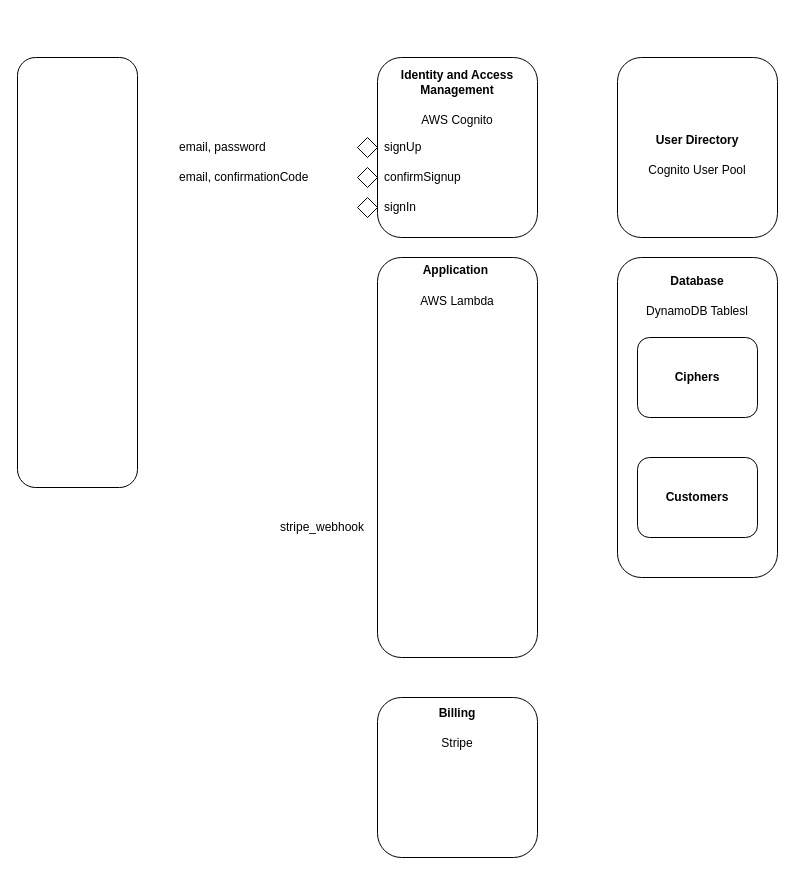
Above: page "Application Architecture" (1 of 4) of Shhh.drawio in ciaran-finnegan/secret-sharer-client (draw.io), before the change. Source tidied: cells renumbered, new cells numbered last; positions are measured from the earlier drawing's top-left corner, leaving out a move shared by most shapes. Both pictures are drawn from the tidied source at 100%, with x=0, y=0 at pixel (17, 57).
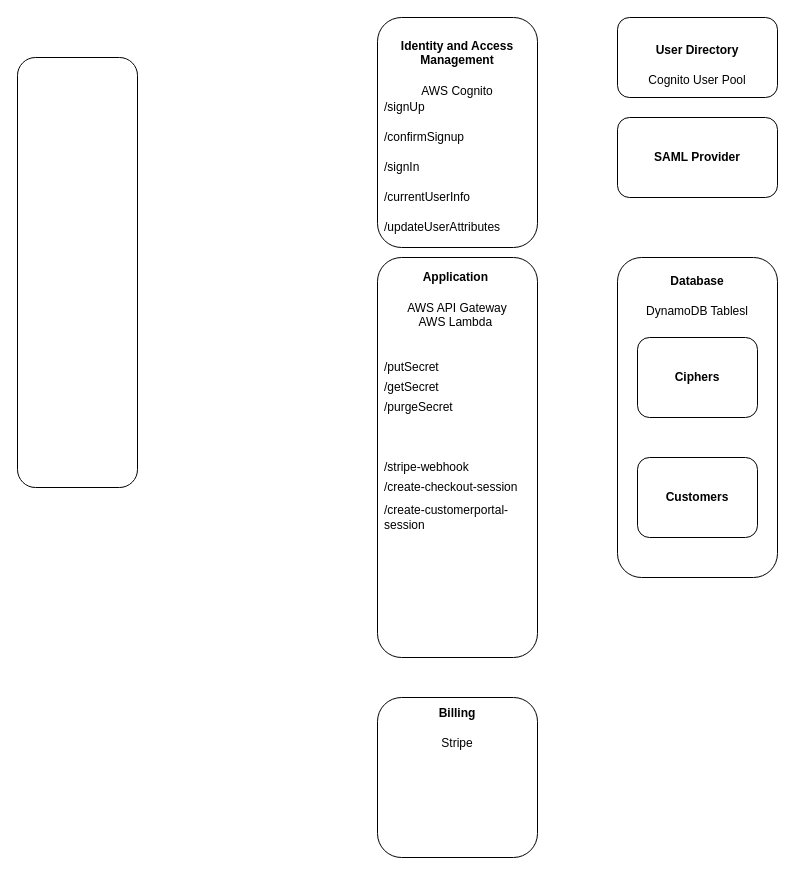
The same diagram, later.

The edit, as a diff of the source:
```diff
@@
-    <mxCell id="2" value="&lt;h4&gt;Identity and Access Management&lt;/h4&gt;AWS Cognito&lt;br&gt;&lt;br&gt;&lt;br&gt;&lt;br&gt;&lt;br&gt;&lt;br&gt;&lt;br&gt;&lt;br&gt;&lt;br&gt;" style="rounded=1;whiteSpace=wrap;html=1;rotation=0;" parent="1" vertex="1">
-      <mxGeometry x="360" width="160" height="180" as="geometry" />
+    <mxCell id="2" value="&lt;h4&gt;Identity and Access Management&lt;/h4&gt;AWS Cognito&lt;br&gt;&lt;br&gt;&lt;br&gt;&lt;br&gt;&lt;br&gt;&lt;br&gt;&lt;br&gt;&lt;br&gt;&lt;br&gt;&lt;br&gt;&lt;br&gt;" style="rounded=1;whiteSpace=wrap;html=1;rotation=0;" parent="1" vertex="1">
+      <mxGeometry x="360" y="-40" width="160" height="230" as="geometry" />
     </mxCell>
@@
-    <mxCell id="4" value="&lt;h4&gt;Application&amp;nbsp;&lt;/h4&gt;AWS Lambda&lt;br&gt;&lt;br&gt;&lt;br&gt;&lt;br&gt;&lt;br&gt;&lt;br&gt;&lt;br&gt;&lt;br&gt;&lt;br&gt;&lt;br&gt;&lt;br&gt;&lt;br&gt;&lt;br&gt;&lt;br&gt;&lt;br&gt;&lt;br&gt;&lt;br&gt;&lt;br&gt;&lt;br&gt;&lt;br&gt;&lt;br&gt;&lt;br&gt;&lt;br&gt;&lt;br&gt;&lt;br&gt;&lt;br&gt;" style="rounded=1;whiteSpace=wrap;html=1;rotation=0;" parent="1" vertex="1">
+    <mxCell id="4" value="&lt;h4&gt;Application&amp;nbsp;&lt;/h4&gt;AWS API Gateway&lt;br&gt;AWS Lambda&amp;nbsp;&lt;br&gt;&lt;br&gt;&lt;br&gt;&lt;br&gt;&lt;br&gt;&lt;br&gt;&lt;br&gt;&lt;br&gt;&lt;br&gt;&lt;br&gt;&lt;br&gt;&lt;br&gt;&lt;br&gt;&lt;br&gt;&lt;br&gt;&lt;br&gt;&lt;br&gt;&lt;br&gt;&lt;br&gt;&lt;br&gt;&lt;br&gt;&lt;br&gt;&lt;br&gt;&lt;br&gt;" style="rounded=1;whiteSpace=wrap;html=1;rotation=0;" parent="1" vertex="1">
       <mxGeometry x="360" y="200" width="160" height="400" as="geometry" />
     </mxCell>
-    <mxCell id="5" value="stripe_webhook" style="text;html=1;strokeColor=none;fillColor=none;align=center;verticalAlign=middle;whiteSpace=wrap;rounded=0;" parent="1" vertex="1">
-      <mxGeometry x="140" y="460" width="330" height="20" as="geometry" />
-    </mxCell>
-    <mxCell id="6" value="signUp" style="text;html=1;strokeColor=none;fillColor=none;align=left;verticalAlign=middle;whiteSpace=wrap;rounded=0;" parent="1" vertex="1">
-      <mxGeometry x="365" y="80" width="40" height="20" as="geometry" />
+    <mxCell id="6" value="/signUp" style="text;html=1;strokeColor=none;fillColor=none;align=left;verticalAlign=middle;whiteSpace=wrap;rounded=0;" parent="1" vertex="1">
+      <mxGeometry x="365" y="40" width="40" height="20" as="geometry" />
     </mxCell>
-    <mxCell id="7" style="rhombus;whiteSpace=wrap;html=1;" parent="1" vertex="1">
-      <mxGeometry x="340" y="80" width="20" height="20" as="geometry" />
-    </mxCell>
-    <mxCell id="8" style="rhombus;whiteSpace=wrap;html=1;" parent="1" vertex="1">
-      <mxGeometry x="340" y="110" width="20" height="20" as="geometry" />
-    </mxCell>
-    <mxCell id="9" style="rhombus;whiteSpace=wrap;html=1;" parent="1" vertex="1">
-      <mxGeometry x="340" y="140" width="20" height="20" as="geometry" />
-    </mxCell>
-    <mxCell id="10" value="confirmSignup" style="text;html=1;strokeColor=none;fillColor=none;align=left;verticalAlign=middle;whiteSpace=wrap;rounded=0;" parent="1" vertex="1">
-      <mxGeometry x="365" y="110" width="40" height="20" as="geometry" />
+    <mxCell id="10" value="/confirmSignup" style="text;html=1;strokeColor=none;fillColor=none;align=left;verticalAlign=middle;whiteSpace=wrap;rounded=0;" parent="1" vertex="1">
+      <mxGeometry x="365" y="70" width="40" height="20" as="geometry" />
     </mxCell>
-    <mxCell id="11" value="signIn" style="text;html=1;strokeColor=none;fillColor=none;align=left;verticalAlign=middle;whiteSpace=wrap;rounded=0;" parent="1" vertex="1">
-      <mxGeometry x="365" y="140" width="40" height="20" as="geometry" />
+    <mxCell id="11" value="/signIn" style="text;html=1;strokeColor=none;fillColor=none;align=left;verticalAlign=middle;whiteSpace=wrap;rounded=0;" parent="1" vertex="1">
+      <mxGeometry x="365" y="100" width="40" height="20" as="geometry" />
     </mxCell>
     <mxCell id="12" value="&lt;h4&gt;User Directory&lt;/h4&gt;Cognito User Pool" style="rounded=1;whiteSpace=wrap;html=1;rotation=0;" parent="1" vertex="1">
-      <mxGeometry x="600" width="160" height="180" as="geometry" />
+      <mxGeometry x="600" y="-40" width="160" height="80" as="geometry" />
     </mxCell>
@@
-    <mxCell id="14" value="email, password" style="text;html=1;strokeColor=none;fillColor=none;align=left;verticalAlign=middle;whiteSpace=wrap;rounded=0;" parent="1" vertex="1">
-      <mxGeometry x="160" y="80" width="160" height="20" as="geometry" />
-    </mxCell>
-    <mxCell id="15" value="email, confirmationCode" style="text;html=1;strokeColor=none;fillColor=none;align=left;verticalAlign=middle;whiteSpace=wrap;rounded=0;" parent="1" vertex="1">
-      <mxGeometry x="160" y="110" width="160" height="20" as="geometry" />
-    </mxCell>
@@
+    <mxCell id="19" value="&lt;h4&gt;SAML Provider&lt;/h4&gt;" style="rounded=1;whiteSpace=wrap;html=1;rotation=0;" parent="1" vertex="1">
+      <mxGeometry x="600" y="60" width="160" height="80" as="geometry" />
+    </mxCell>
+    <mxCell id="20" value="/putSecret" style="text;html=1;strokeColor=none;fillColor=none;align=left;verticalAlign=middle;whiteSpace=wrap;rounded=0;" parent="1" vertex="1">
+      <mxGeometry x="365" y="300" width="40" height="20" as="geometry" />
+    </mxCell>
+    <mxCell id="21" value="/getSecret" style="text;html=1;strokeColor=none;fillColor=none;align=left;verticalAlign=middle;whiteSpace=wrap;rounded=0;" parent="1" vertex="1">
+      <mxGeometry x="365" y="320" width="40" height="20" as="geometry" />
+    </mxCell>
+    <mxCell id="22" value="/purgeSecret" style="text;html=1;strokeColor=none;fillColor=none;align=left;verticalAlign=middle;whiteSpace=wrap;rounded=0;" parent="1" vertex="1">
+      <mxGeometry x="365" y="340" width="40" height="20" as="geometry" />
+    </mxCell>
+    <mxCell id="23" value="/create-checkout-session" style="text;html=1;strokeColor=none;fillColor=none;align=left;verticalAlign=middle;whiteSpace=wrap;rounded=0;" parent="1" vertex="1">
+      <mxGeometry x="365" y="420" width="145" height="20" as="geometry" />
+    </mxCell>
+    <mxCell id="24" value="/currentUserInfo" style="text;html=1;strokeColor=none;fillColor=none;align=left;verticalAlign=middle;whiteSpace=wrap;rounded=0;" parent="1" vertex="1">
+      <mxGeometry x="365" y="130" width="40" height="20" as="geometry" />
+    </mxCell>
+    <mxCell id="25" value="/updateUserAttributes" style="text;html=1;strokeColor=none;fillColor=none;align=left;verticalAlign=middle;whiteSpace=wrap;rounded=0;" parent="1" vertex="1">
+      <mxGeometry x="365" y="160" width="40" height="20" as="geometry" />
+    </mxCell>
+    <mxCell id="26" value="/create-customerportal-session" style="text;html=1;strokeColor=none;fillColor=none;align=left;verticalAlign=middle;whiteSpace=wrap;rounded=0;" parent="1" vertex="1">
+      <mxGeometry x="365" y="450" width="145" height="20" as="geometry" />
+    </mxCell>
+    <mxCell id="27" value="/stripe-webhook" style="text;html=1;strokeColor=none;fillColor=none;align=left;verticalAlign=middle;whiteSpace=wrap;rounded=0;" parent="1" vertex="1">
+      <mxGeometry x="365" y="400" width="145" height="20" as="geometry" />
+    </mxCell>
```
